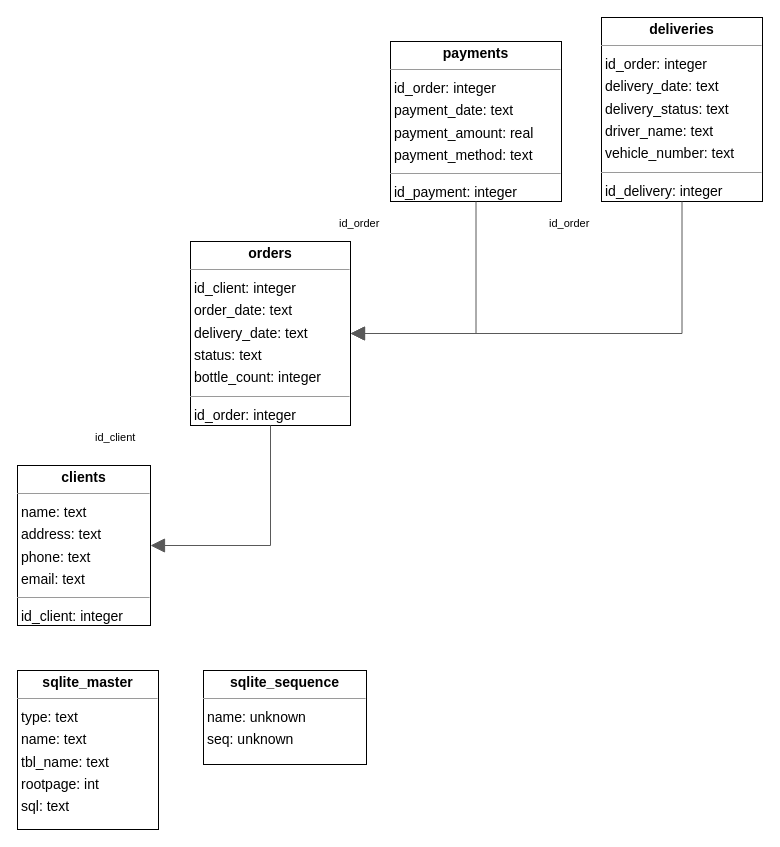
knorke102/schemes keeps this draw.io diagram as emil_infological_model.drawio. Above is the earlier version. Source tidied: cells renumbered, new cells numbered last; positions are measured from the earlier drawing's top-left corner, leaving out a move shared by most shapes. Both pictures are drawn from the tidied source at 100%, with x=0, y=0 at pixel (17, 17).
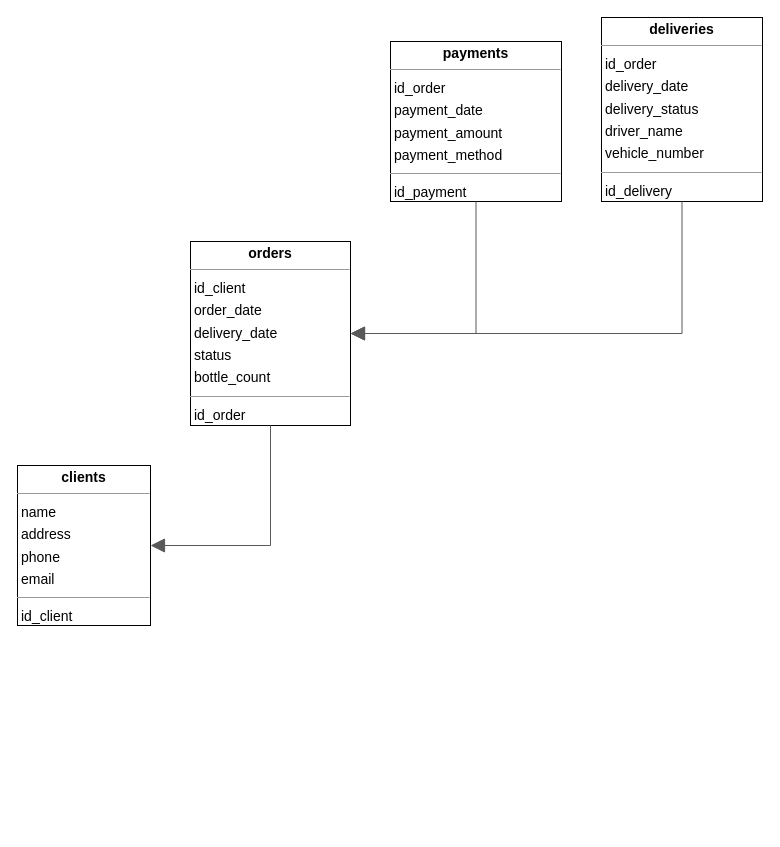
The same diagram, later.

Change to the diagram source:
```diff
@@
 <mxGraphModel>
   <root>
     <mxCell id="0" />
     <mxCell id="1" parent="0" />
-    <mxCell id="2" value="&lt;p style=&quot;margin:0px;margin-top:4px;text-align:center;&quot;&gt;&lt;b&gt;clients&lt;/b&gt;&lt;/p&gt;&lt;hr size=&quot;1&quot;/&gt;&lt;p style=&quot;margin:0 0 0 4px;line-height:1.6;&quot;&gt; name: text&lt;br/&gt; address: text&lt;br/&gt; phone: text&lt;br/&gt; email: text&lt;/p&gt;&lt;hr size=&quot;1&quot;/&gt;&lt;p style=&quot;margin:0 0 0 4px;line-height:1.6;&quot;&gt; id_client: integer&lt;/p&gt;" style="verticalAlign=top;align=left;overflow=fill;fontSize=14;fontFamily=Helvetica;html=1;rounded=0;shadow=0;comic=0;labelBackgroundColor=none;strokeWidth=1;" parent="1" vertex="1">
+    <mxCell id="2" value="&lt;p style=&quot;margin:0px;margin-top:4px;text-align:center;&quot;&gt;&lt;b&gt;clients&lt;/b&gt;&lt;/p&gt;&lt;hr size=&quot;1&quot;&gt;&lt;p style=&quot;margin:0 0 0 4px;line-height:1.6;&quot;&gt; name&lt;br&gt; address&lt;br&gt; phone&lt;br&gt; email&lt;/p&gt;&lt;hr size=&quot;1&quot;&gt;&lt;p style=&quot;margin:0 0 0 4px;line-height:1.6;&quot;&gt; id_client&lt;/p&gt;" style="verticalAlign=top;align=left;overflow=fill;fontSize=14;fontFamily=Helvetica;html=1;rounded=0;shadow=0;comic=0;labelBackgroundColor=none;strokeWidth=1;" parent="1" vertex="1">
       <mxGeometry y="448" width="133" height="160" as="geometry" />
     </mxCell>
-    <mxCell id="3" value="&lt;p style=&quot;margin:0px;margin-top:4px;text-align:center;&quot;&gt;&lt;b&gt;deliveries&lt;/b&gt;&lt;/p&gt;&lt;hr size=&quot;1&quot;/&gt;&lt;p style=&quot;margin:0 0 0 4px;line-height:1.6;&quot;&gt; id_order: integer&lt;br/&gt; delivery_date: text&lt;br/&gt; delivery_status: text&lt;br/&gt; driver_name: text&lt;br/&gt; vehicle_number: text&lt;/p&gt;&lt;hr size=&quot;1&quot;/&gt;&lt;p style=&quot;margin:0 0 0 4px;line-height:1.6;&quot;&gt; id_delivery: integer&lt;/p&gt;" style="verticalAlign=top;align=left;overflow=fill;fontSize=14;fontFamily=Helvetica;html=1;rounded=0;shadow=0;comic=0;labelBackgroundColor=none;strokeWidth=1;" parent="1" vertex="1">
+    <mxCell id="3" value="&lt;p style=&quot;margin:0px;margin-top:4px;text-align:center;&quot;&gt;&lt;b&gt;deliveries&lt;/b&gt;&lt;/p&gt;&lt;hr size=&quot;1&quot;&gt;&lt;p style=&quot;margin:0 0 0 4px;line-height:1.6;&quot;&gt; id_order&lt;br&gt; delivery_date&lt;br&gt; delivery_status&lt;br&gt; driver_name&lt;br&gt; vehicle_number&lt;/p&gt;&lt;hr size=&quot;1&quot;&gt;&lt;p style=&quot;margin:0 0 0 4px;line-height:1.6;&quot;&gt; id_delivery&lt;/p&gt;" style="verticalAlign=top;align=left;overflow=fill;fontSize=14;fontFamily=Helvetica;html=1;rounded=0;shadow=0;comic=0;labelBackgroundColor=none;strokeWidth=1;" parent="1" vertex="1">
       <mxGeometry x="584" width="161" height="184" as="geometry" />
     </mxCell>
-    <mxCell id="4" value="&lt;p style=&quot;margin:0px;margin-top:4px;text-align:center;&quot;&gt;&lt;b&gt;orders&lt;/b&gt;&lt;/p&gt;&lt;hr size=&quot;1&quot;/&gt;&lt;p style=&quot;margin:0 0 0 4px;line-height:1.6;&quot;&gt; id_client: integer&lt;br/&gt; order_date: text&lt;br/&gt; delivery_date: text&lt;br/&gt; status: text&lt;br/&gt; bottle_count: integer&lt;/p&gt;&lt;hr size=&quot;1&quot;/&gt;&lt;p style=&quot;margin:0 0 0 4px;line-height:1.6;&quot;&gt; id_order: integer&lt;/p&gt;" style="verticalAlign=top;align=left;overflow=fill;fontSize=14;fontFamily=Helvetica;html=1;rounded=0;shadow=0;comic=0;labelBackgroundColor=none;strokeWidth=1;" parent="1" vertex="1">
+    <mxCell id="4" value="&lt;p style=&quot;margin:0px;margin-top:4px;text-align:center;&quot;&gt;&lt;b&gt;orders&lt;/b&gt;&lt;/p&gt;&lt;hr size=&quot;1&quot;&gt;&lt;p style=&quot;margin:0 0 0 4px;line-height:1.6;&quot;&gt; id_client&lt;br&gt; order_date&lt;br&gt; delivery_date&lt;br&gt; status&lt;br&gt; bottle_count&lt;/p&gt;&lt;hr size=&quot;1&quot;&gt;&lt;p style=&quot;margin:0 0 0 4px;line-height:1.6;&quot;&gt; id_order&lt;/p&gt;" style="verticalAlign=top;align=left;overflow=fill;fontSize=14;fontFamily=Helvetica;html=1;rounded=0;shadow=0;comic=0;labelBackgroundColor=none;strokeWidth=1;" parent="1" vertex="1">
       <mxGeometry x="173" y="224" width="160" height="184" as="geometry" />
     </mxCell>
-    <mxCell id="5" value="&lt;p style=&quot;margin:0px;margin-top:4px;text-align:center;&quot;&gt;&lt;b&gt;payments&lt;/b&gt;&lt;/p&gt;&lt;hr size=&quot;1&quot;/&gt;&lt;p style=&quot;margin:0 0 0 4px;line-height:1.6;&quot;&gt; id_order: integer&lt;br/&gt; payment_date: text&lt;br/&gt; payment_amount: real&lt;br/&gt; payment_method: text&lt;/p&gt;&lt;hr size=&quot;1&quot;/&gt;&lt;p style=&quot;margin:0 0 0 4px;line-height:1.6;&quot;&gt; id_payment: integer&lt;/p&gt;" style="verticalAlign=top;align=left;overflow=fill;fontSize=14;fontFamily=Helvetica;html=1;rounded=0;shadow=0;comic=0;labelBackgroundColor=none;strokeWidth=1;" parent="1" vertex="1">
+    <mxCell id="5" value="&lt;p style=&quot;margin:0px;margin-top:4px;text-align:center;&quot;&gt;&lt;b&gt;payments&lt;/b&gt;&lt;/p&gt;&lt;hr size=&quot;1&quot;&gt;&lt;p style=&quot;margin:0 0 0 4px;line-height:1.6;&quot;&gt; id_order&lt;br&gt; payment_date&lt;br&gt; payment_amount&lt;br&gt; payment_method&lt;/p&gt;&lt;hr size=&quot;1&quot;&gt;&lt;p style=&quot;margin:0 0 0 4px;line-height:1.6;&quot;&gt; id_payment&lt;/p&gt;" style="verticalAlign=top;align=left;overflow=fill;fontSize=14;fontFamily=Helvetica;html=1;rounded=0;shadow=0;comic=0;labelBackgroundColor=none;strokeWidth=1;" parent="1" vertex="1">
       <mxGeometry x="373" y="24" width="171" height="160" as="geometry" />
     </mxCell>
-    <mxCell id="6" value="&lt;p style=&quot;margin:0px;margin-top:4px;text-align:center;&quot;&gt;&lt;b&gt;sqlite_master&lt;/b&gt;&lt;/p&gt;&lt;hr size=&quot;1&quot;/&gt;&lt;p style=&quot;margin:0 0 0 4px;line-height:1.6;&quot;&gt; type: text&lt;br/&gt; name: text&lt;br/&gt; tbl_name: text&lt;br/&gt; rootpage: int&lt;br/&gt; sql: text&lt;/p&gt;" style="verticalAlign=top;align=left;overflow=fill;fontSize=14;fontFamily=Helvetica;html=1;rounded=0;shadow=0;comic=0;labelBackgroundColor=none;strokeWidth=1;" parent="1" vertex="1">
-      <mxGeometry y="653" width="141" height="159" as="geometry" />
-    </mxCell>
-    <mxCell id="7" value="&lt;p style=&quot;margin:0px;margin-top:4px;text-align:center;&quot;&gt;&lt;b&gt;sqlite_sequence&lt;/b&gt;&lt;/p&gt;&lt;hr size=&quot;1&quot;/&gt;&lt;p style=&quot;margin:0 0 0 4px;line-height:1.6;&quot;&gt; name: unknown&lt;br/&gt; seq: unknown&lt;/p&gt;" style="verticalAlign=top;align=left;overflow=fill;fontSize=14;fontFamily=Helvetica;html=1;rounded=0;shadow=0;comic=0;labelBackgroundColor=none;strokeWidth=1;" parent="1" vertex="1">
-      <mxGeometry x="186" y="653" width="163" height="94" as="geometry" />
-    </mxCell>
     <mxCell id="8" style="html=1;rounded=0;edgeStyle=orthogonalEdgeStyle;dashed=0;startArrow=none;endArrow=block;endSize=12;strokeColor=#595959;exitX=0.500;exitY=1.000;exitDx=0;exitDy=0;entryX=1.000;entryY=0.500;entryDx=0;entryDy=0;" parent="1" edge="1" source="3" target="4">
       <mxGeometry relative="1" as="geometry">
         <Array as="points">
           <mxPoint x="665" y="316" />
         </Array>
       </mxGeometry>
     </mxCell>
-    <mxCell id="9" value="id_order" style="edgeLabel;html=1;align=left;verticalAlign=top;strokeColor=default;" parent="8" vertex="1">
-      <mxGeometry x="530" y="193" as="geometry" />
-    </mxCell>
     <mxCell id="10" style="html=1;rounded=0;edgeStyle=orthogonalEdgeStyle;dashed=0;startArrow=none;endArrow=block;endSize=12;strokeColor=#595959;exitX=0.500;exitY=1.000;exitDx=0;exitDy=0;entryX=1.000;entryY=0.500;entryDx=0;entryDy=0;" parent="1" edge="1" source="4" target="2">
       <mxGeometry relative="1" as="geometry">
         <Array as="points">
           <mxPoint x="253" y="528" />
         </Array>
       </mxGeometry>
     </mxCell>
-    <mxCell id="11" value="id_client" style="edgeLabel;html=1;align=left;verticalAlign=top;strokeColor=default;" parent="10" vertex="1">
-      <mxGeometry x="76" y="407" as="geometry" />
-    </mxCell>
     <mxCell id="12" style="html=1;rounded=0;edgeStyle=orthogonalEdgeStyle;dashed=0;startArrow=none;endArrow=block;endSize=12;strokeColor=#595959;exitX=0.500;exitY=1.000;exitDx=0;exitDy=0;entryX=1.000;entryY=0.500;entryDx=0;entryDy=0;" parent="1" edge="1" source="5" target="4">
       <mxGeometry relative="1" as="geometry">
         <Array as="points">
           <mxPoint x="459" y="316" />
         </Array>
       </mxGeometry>
     </mxCell>
-    <mxCell id="13" value="id_order" style="edgeLabel;html=1;align=left;verticalAlign=top;strokeColor=default;" parent="12" vertex="1">
-      <mxGeometry x="320" y="193" as="geometry" />
-    </mxCell>
   </root>
 </mxGraphModel>
```
